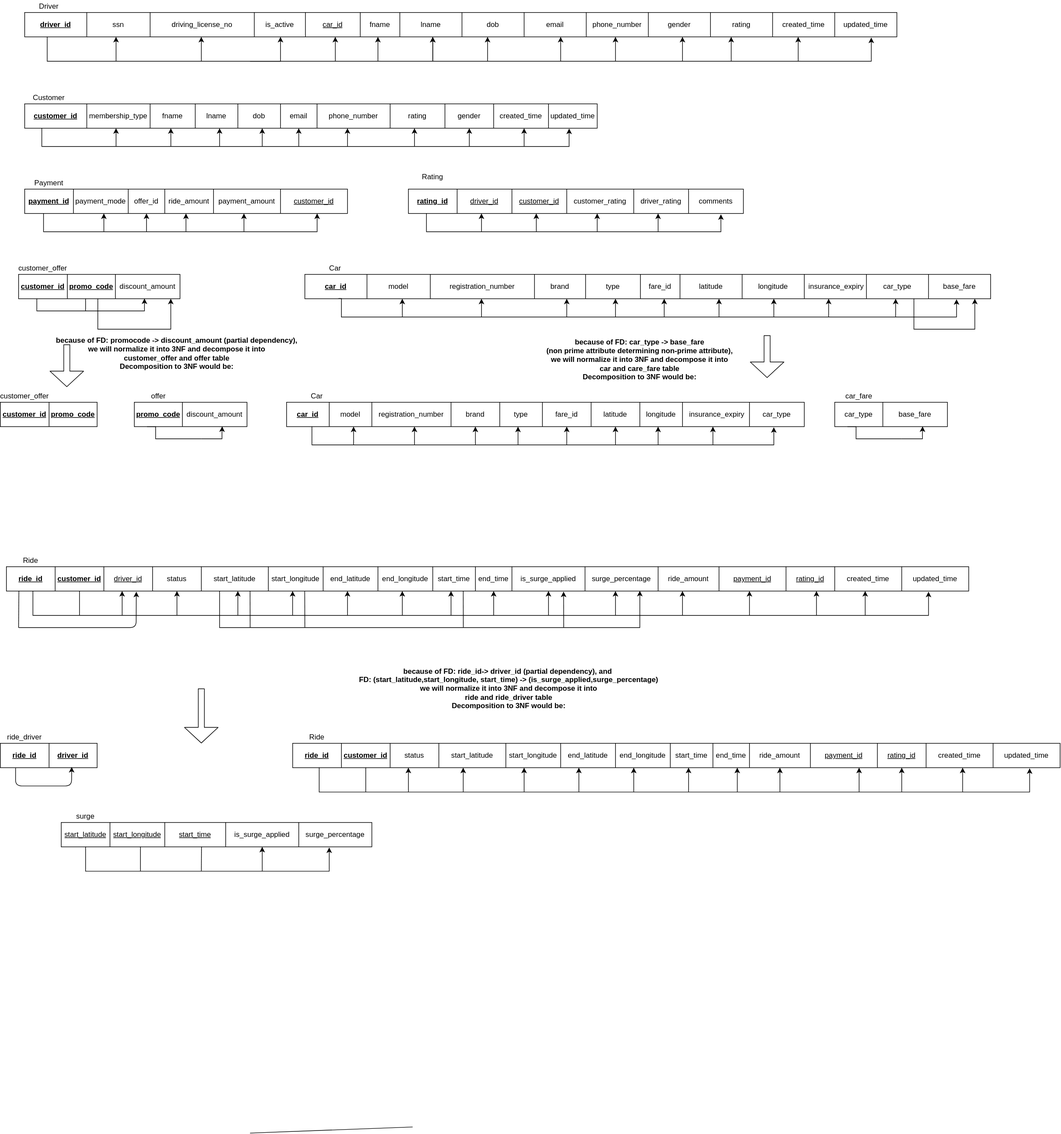
The draw.io diagram ER Schema without normalization.svg in NandhiniPeriyasamy13/Uber-backend-database-design, before a commit. Source tidied: cells renumbered, new cells last; positions are measured from the earlier drawing's top-left corner, leaving out a move shared by most shapes.
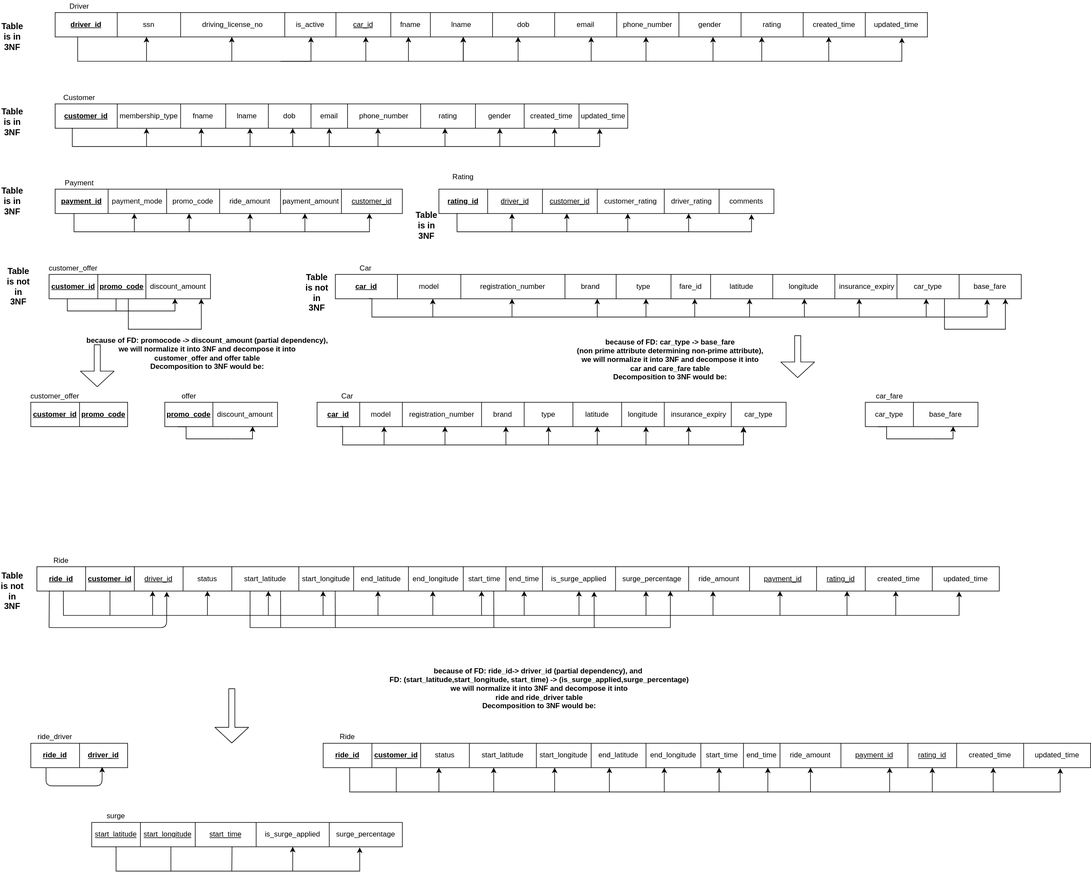
After the commit.

What changed in the source:
```diff
@@ -196,28 +196,28 @@
       </mxGeometry>
     </mxCell>
     <mxCell id="59" style="shape=table;html=1;whiteSpace=wrap;startSize=0;fontSize=12;" parent="1" vertex="1">
-      <mxGeometry x="40" y="310" width="530" height="40" as="geometry" />
+      <mxGeometry x="40" y="310" width="570" height="40" as="geometry" />
     </mxCell>
     <mxCell id="60" style="shape=partialRectangle;html=1;whiteSpace=wrap;fillColor=none;top=0;left=0;bottom=0;right=0;points=[[0,0.5],[1,0.5]];portConstraint=eastwest;fontSize=12;" parent="59" vertex="1">
-      <mxGeometry width="530" height="40" as="geometry" />
+      <mxGeometry width="570" height="40" as="geometry" />
     </mxCell>
     <mxCell id="61" value="&lt;u style=&quot;font-size: 12px;&quot;&gt;&lt;b style=&quot;font-size: 12px;&quot;&gt;payment_id&lt;/b&gt;&lt;/u&gt;" style="shape=partialRectangle;html=1;whiteSpace=wrap;fillColor=none;top=0;left=0;bottom=0;right=0;overflow=hidden;fontSize=12;" parent="60" vertex="1">
-      <mxGeometry width="80" height="40" as="geometry" />
+      <mxGeometry width="87" height="40" as="geometry" />
     </mxCell>
     <mxCell id="62" value="payment_mode" style="shape=partialRectangle;html=1;whiteSpace=wrap;fillColor=none;top=0;left=0;bottom=0;right=0;overflow=hidden;fontSize=12;" parent="60" vertex="1">
-      <mxGeometry x="80" width="90" height="40" as="geometry" />
+      <mxGeometry x="87" width="96" height="40" as="geometry" />
     </mxCell>
-    <mxCell id="63" value="offer_id" style="shape=partialRectangle;html=1;whiteSpace=wrap;fillColor=none;top=0;left=0;bottom=0;right=0;overflow=hidden;fontSize=12;" parent="60" vertex="1">
-      <mxGeometry x="170" width="60" height="40" as="geometry" />
+    <mxCell id="63" value="promo_code" style="shape=partialRectangle;html=1;whiteSpace=wrap;fillColor=none;top=0;left=0;bottom=0;right=0;overflow=hidden;fontSize=12;" parent="60" vertex="1">
+      <mxGeometry x="183" width="87" height="40" as="geometry" />
     </mxCell>
     <mxCell id="64" value="ride_amount" style="shape=partialRectangle;html=1;whiteSpace=wrap;fillColor=none;top=0;left=0;bottom=0;right=0;overflow=hidden;fontSize=12;" parent="60" vertex="1">
-      <mxGeometry x="230" width="80" height="40" as="geometry" />
+      <mxGeometry x="270" width="100" height="40" as="geometry" />
     </mxCell>
     <mxCell id="65" value="payment_amount" style="shape=partialRectangle;html=1;whiteSpace=wrap;fillColor=none;top=0;left=0;bottom=0;right=0;overflow=hidden;fontSize=12;" parent="60" vertex="1">
-      <mxGeometry x="310" width="110" height="40" as="geometry" />
+      <mxGeometry x="370" width="100" height="40" as="geometry" />
     </mxCell>
     <mxCell id="66" value="&lt;u style=&quot;font-size: 12px;&quot;&gt;customer_id&lt;/u&gt;" style="shape=partialRectangle;html=1;whiteSpace=wrap;fillColor=none;top=0;left=0;bottom=0;right=0;overflow=hidden;fontSize=12;" parent="60" vertex="1">
-      <mxGeometry x="420" width="110" height="40" as="geometry" />
+      <mxGeometry x="470" width="100" height="40" as="geometry" />
     </mxCell>
     <mxCell id="67" style="shape=table;html=1;whiteSpace=wrap;startSize=0;fontSize=12;" parent="1" vertex="1">
       <mxGeometry x="670" y="310" width="550" height="40" as="geometry" />
@@ -417,7 +417,8 @@
         <mxPoint x="71" y="350" as="sourcePoint" />
         <Array as="points">
           <mxPoint x="71" y="380" />
-          <mxPoint x="520" y="380" />
+          <mxPoint x="556" y="380" />
+          <mxPoint x="556" y="350" />
         </Array>
       </mxGeometry>
     </mxCell>
@@ -864,10 +865,10 @@
       </mxGeometry>
     </mxCell>
     <mxCell id="170" style="shape=table;html=1;whiteSpace=wrap;startSize=0;fontSize=12;" parent="1" vertex="1">
-      <mxGeometry x="470" y="660" width="850" height="40" as="geometry" />
+      <mxGeometry x="470" y="660" width="770" height="40" as="geometry" />
     </mxCell>
     <mxCell id="171" style="shape=partialRectangle;html=1;whiteSpace=wrap;fillColor=none;top=0;left=0;bottom=0;right=0;points=[[0,0.5],[1,0.5]];portConstraint=eastwest;fontSize=12;" parent="170" vertex="1">
-      <mxGeometry width="850" height="40" as="geometry" />
+      <mxGeometry width="770" height="40" as="geometry" />
     </mxCell>
     <mxCell id="172" value="&lt;u style=&quot;font-size: 12px;&quot;&gt;&lt;b style=&quot;font-size: 12px;&quot;&gt;car_id&lt;/b&gt;&lt;/u&gt;" style="shape=partialRectangle;html=1;whiteSpace=wrap;fillColor=none;top=0;left=0;bottom=0;right=0;overflow=hidden;fontSize=12;" parent="171" vertex="1">
       <mxGeometry width="70" height="40" as="geometry" />
@@ -879,32 +880,31 @@
       <mxGeometry x="140" width="130" height="40" as="geometry" />
     </mxCell>
     <mxCell id="175" value="brand" style="shape=partialRectangle;html=1;whiteSpace=wrap;fillColor=none;top=0;left=0;bottom=0;right=0;overflow=hidden;fontSize=12;" parent="171" vertex="1">
-      <mxGeometry x="270" width="80" height="40" as="geometry" />
+      <mxGeometry x="270" width="70" height="40" as="geometry" />
     </mxCell>
     <mxCell id="176" value="type" style="shape=partialRectangle;html=1;whiteSpace=wrap;fillColor=none;top=0;left=0;bottom=0;right=0;overflow=hidden;fontSize=12;" parent="171" vertex="1">
-      <mxGeometry x="350" width="70" height="40" as="geometry" />
+      <mxGeometry x="340" width="80" height="40" as="geometry" />
     </mxCell>
-    <mxCell id="177" value="fare_id" style="shape=partialRectangle;html=1;whiteSpace=wrap;fillColor=none;top=0;left=0;bottom=0;right=0;overflow=hidden;fontSize=12;" parent="171" vertex="1">
-      <mxGeometry x="420" width="80" height="40" as="geometry" />
-    </mxCell>
     <mxCell id="178" value="latitude" style="shape=partialRectangle;html=1;whiteSpace=wrap;fillColor=none;top=0;left=0;bottom=0;right=0;overflow=hidden;fontSize=12;" parent="171" vertex="1">
-      <mxGeometry x="500" width="80" height="40" as="geometry" />
+      <mxGeometry x="420" width="80" height="40" as="geometry" />
     </mxCell>
     <mxCell id="179" value="longitude" style="shape=partialRectangle;html=1;whiteSpace=wrap;fillColor=none;top=0;left=0;bottom=0;right=0;overflow=hidden;fontSize=12;" parent="171" vertex="1">
-      <mxGeometry x="580" width="70" height="40" as="geometry" />
+      <mxGeometry x="500" width="70" height="40" as="geometry" />
     </mxCell>
     <mxCell id="180" value="&lt;span style=&quot;font-size: 12px&quot;&gt;&amp;nbsp;insurance_expiry&lt;/span&gt;" style="shape=partialRectangle;html=1;whiteSpace=wrap;fillColor=none;top=0;left=0;bottom=0;right=0;overflow=hidden;fontSize=12;" parent="171" vertex="1">
-      <mxGeometry x="650" width="110" height="40" as="geometry" />
+      <mxGeometry x="570" width="110" height="40" as="geometry" />
     </mxCell>
     <mxCell id="181" value="car_type" style="shape=partialRectangle;html=1;whiteSpace=wrap;fillColor=none;top=0;left=0;bottom=0;right=0;overflow=hidden;fontSize=12;" parent="171" vertex="1">
-      <mxGeometry x="760" width="90" height="40" as="geometry" />
+      <mxGeometry x="680" width="90" height="40" as="geometry" />
     </mxCell>
     <mxCell id="182" style="endArrow=classic;html=1;rounded=0;edgeStyle=orthogonalEdgeStyle;exitX=0.049;exitY=0.989;exitDx=0;exitDy=0;exitPerimeter=0;" parent="170" edge="1" source="171">
       <mxGeometry relative="1" as="geometry">
-        <mxPoint x="800" y="41" as="targetPoint" />
+        <mxPoint x="700" y="41" as="targetPoint" />
         <Array as="points">
+          <mxPoint x="42" y="40" />
           <mxPoint x="42" y="70" />
-          <mxPoint x="800" y="70" />
+          <mxPoint x="700" y="70" />
+          <mxPoint x="700" y="41" />
         </Array>
       </mxGeometry>
     </mxCell>
@@ -949,28 +949,28 @@
     </mxCell>
     <mxCell id="191" style="endArrow=classic;html=1;rounded=0;edgeStyle=orthogonalEdgeStyle;" parent="1" edge="1">
       <mxGeometry relative="1" as="geometry">
-        <mxPoint x="400" y="380" as="sourcePoint" />
-        <mxPoint x="400" y="350" as="targetPoint" />
+        <mxPoint x="450" y="380" as="sourcePoint" />
+        <mxPoint x="450" y="350" as="targetPoint" />
         <Array as="points">
-          <mxPoint x="400" y="380" />
+          <mxPoint x="450" y="380" />
         </Array>
       </mxGeometry>
     </mxCell>
     <mxCell id="192" style="endArrow=classic;html=1;rounded=0;edgeStyle=orthogonalEdgeStyle;" parent="1" edge="1">
       <mxGeometry relative="1" as="geometry">
-        <mxPoint x="304.8" y="380" as="sourcePoint" />
-        <mxPoint x="304.8" y="350" as="targetPoint" />
+        <mxPoint x="360" y="380" as="sourcePoint" />
+        <mxPoint x="360" y="350" as="targetPoint" />
         <Array as="points">
-          <mxPoint x="304.8" y="380" />
+          <mxPoint x="360" y="380" />
         </Array>
       </mxGeometry>
     </mxCell>
     <mxCell id="193" style="endArrow=classic;html=1;rounded=0;edgeStyle=orthogonalEdgeStyle;" parent="1" edge="1">
       <mxGeometry relative="1" as="geometry">
-        <mxPoint x="240" y="380" as="sourcePoint" />
-        <mxPoint x="240" y="350" as="targetPoint" />
+        <mxPoint x="260" y="380" as="sourcePoint" />
+        <mxPoint x="260" y="350" as="targetPoint" />
         <Array as="points">
-          <mxPoint x="240" y="380" />
+          <mxPoint x="260" y="380" />
         </Array>
       </mxGeometry>
     </mxCell>
@@ -1276,15 +1276,6 @@
         </Array>
       </mxGeometry>
     </mxCell>
-    <mxCell id="250" style="endArrow=none;html=1;" parent="1" edge="1">
-      <mxGeometry relative="1" as="geometry">
-        <mxPoint x="677" y="1850" as="sourcePoint" />
-        <mxPoint x="410" y="1860" as="targetPoint" />
-        <Array as="points">
-          <mxPoint x="410" y="1860" />
-        </Array>
-      </mxGeometry>
-    </mxCell>
     <mxCell id="251" style="endArrow=none;html=1;" parent="1" edge="1">
       <mxGeometry relative="1" as="geometry">
         <mxPoint x="230" y="1390" as="sourcePoint" />
@@ -1329,5 +1320,26 @@
         <mxPoint x="925" y="1030" as="sourcePoint" />
       </mxGeometry>
     </mxCell>
+    <mxCell id="258" value="&lt;b&gt;&lt;font style=&quot;font-size: 14px&quot;&gt;Table is in 3NF&lt;/font&gt;&lt;/b&gt;" style="text;html=1;strokeColor=none;fillColor=none;align=center;verticalAlign=middle;whiteSpace=wrap;rounded=0;" parent="1" vertex="1">
+      <mxGeometry x="-50" y="20" width="40" height="80" as="geometry" />
+    </mxCell>
+    <mxCell id="259" value="&lt;b&gt;&lt;font style=&quot;font-size: 14px&quot;&gt;Table is in 3NF&lt;/font&gt;&lt;/b&gt;" style="text;html=1;strokeColor=none;fillColor=none;align=center;verticalAlign=middle;whiteSpace=wrap;rounded=0;" parent="1" vertex="1">
+      <mxGeometry x="-50" y="160" width="40" height="80" as="geometry" />
+    </mxCell>
+    <mxCell id="260" value="&lt;b&gt;&lt;font style=&quot;font-size: 14px&quot;&gt;Table is in 3NF&lt;/font&gt;&lt;/b&gt;" style="text;html=1;strokeColor=none;fillColor=none;align=center;verticalAlign=middle;whiteSpace=wrap;rounded=0;" parent="1" vertex="1">
+      <mxGeometry x="-50" y="290" width="40" height="80" as="geometry" />
+    </mxCell>
+    <mxCell id="261" value="&lt;b&gt;&lt;font style=&quot;font-size: 14px&quot;&gt;Table is in 3NF&lt;/font&gt;&lt;/b&gt;" style="text;html=1;strokeColor=none;fillColor=none;align=center;verticalAlign=middle;whiteSpace=wrap;rounded=0;" parent="1" vertex="1">
+      <mxGeometry x="630" y="330" width="40" height="80" as="geometry" />
+    </mxCell>
+    <mxCell id="262" value="&lt;b&gt;&lt;font style=&quot;font-size: 14px&quot;&gt;Table is not in 3NF&lt;/font&gt;&lt;/b&gt;" style="text;html=1;strokeColor=none;fillColor=none;align=center;verticalAlign=middle;whiteSpace=wrap;rounded=0;" parent="1" vertex="1">
+      <mxGeometry x="-40" y="430" width="40" height="80" as="geometry" />
+    </mxCell>
+    <mxCell id="263" value="&lt;b&gt;&lt;font style=&quot;font-size: 14px&quot;&gt;Table is not in 3NF&lt;/font&gt;&lt;/b&gt;" style="text;html=1;strokeColor=none;fillColor=none;align=center;verticalAlign=middle;whiteSpace=wrap;rounded=0;" parent="1" vertex="1">
+      <mxGeometry x="450" y="440" width="40" height="80" as="geometry" />
+    </mxCell>
+    <mxCell id="264" value="&lt;b&gt;&lt;font style=&quot;font-size: 14px&quot;&gt;Table is not in 3NF&lt;/font&gt;&lt;/b&gt;" style="text;html=1;strokeColor=none;fillColor=none;align=center;verticalAlign=middle;whiteSpace=wrap;rounded=0;" parent="1" vertex="1">
+      <mxGeometry x="-50" y="930" width="40" height="80" as="geometry" />
+    </mxCell>
   </root>
 </mxGraphModel>
```
